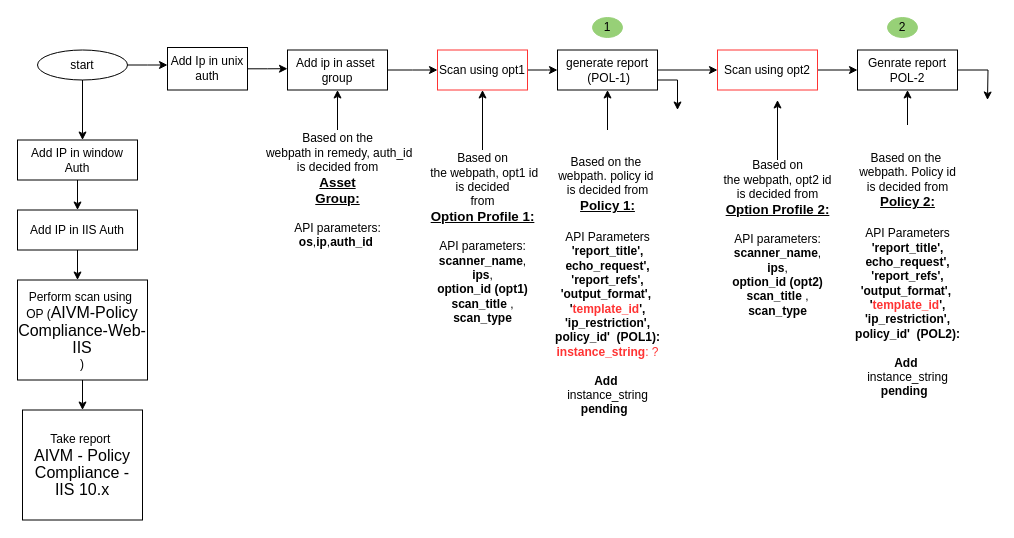
abhiramsatti/testrepo keeps this draw.io diagram as page "Page-3" (3 of 3) of Untitled Diagram.drawio. Above is the earlier version. Source tidied: cells renumbered, new cells numbered last; positions are measured from the earlier drawing's top-left corner, leaving out a move shared by most shapes. Both pictures are drawn from the tidied source at 100%, with x=0, y=0 at pixel (17, 17).
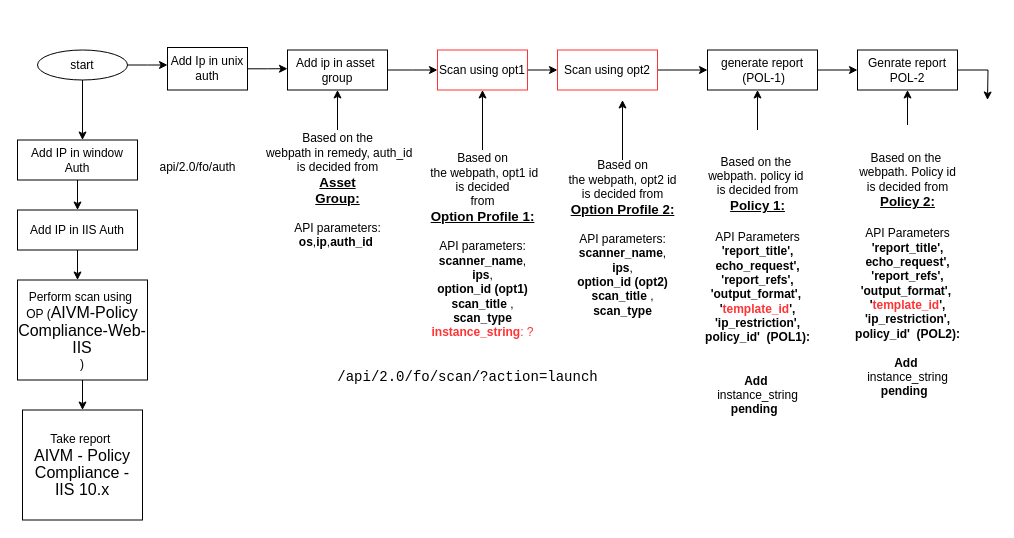
After the change.

The change refers to these unchanged cells:
```xml
<mxCell id="17" value="Genrate report &lt;br&gt;POL-2" style="whiteSpace=wrap;html=1;" parent="1" vertex="1">
  <mxGeometry x="840" y="32.5" width="100" height="40" as="geometry" />
</mxCell>
```

The edit, as a diff of the source:
```diff
@@
-    <mxCell id="11" style="edgeStyle=orthogonalEdgeStyle;rounded=0;jettySize=auto;html=1;exitX=1;exitY=0.5;exitDx=0;exitDy=0;entryX=0;entryY=0.5;entryDx=0;entryDy=0;" parent="1" edge="1" source="12" target="17">
-      <mxGeometry relative="1" as="geometry" />
-    </mxCell>
+    <mxCell id="37" style="edgeStyle=orthogonalEdgeStyle;rounded=0;jettySize=auto;html=1;exitX=1;exitY=0.5;exitDx=0;exitDy=0;entryX=0;entryY=0.5;entryDx=0;entryDy=0;" parent="1" edge="1" source="12" target="15">
+      <mxGeometry relative="1" as="geometry" />
+    </mxCell>
     <mxCell id="12" value="Scan using opt2" style="whiteSpace=wrap;html=1;strokeColor=#FF3333;" parent="1" vertex="1">
-      <mxGeometry x="700" y="32.5" width="100" height="40" as="geometry" />
+      <mxGeometry x="540" y="32.5" width="100" height="40" as="geometry" />
     </mxCell>
-    <mxCell id="13" style="edgeStyle=orthogonalEdgeStyle;rounded=0;jettySize=auto;html=1;exitX=1;exitY=0.5;exitDx=0;exitDy=0;entryX=0;entryY=0.5;entryDx=0;entryDy=0;" parent="1" edge="1" source="15" target="12">
-      <mxGeometry relative="1" as="geometry" />
-    </mxCell>
-    <mxCell id="14" style="edgeStyle=orthogonalEdgeStyle;rounded=0;jettySize=auto;html=1;exitX=1;exitY=0.75;exitDx=0;exitDy=0;" parent="1" edge="1" source="15">
-      <mxGeometry relative="1" as="geometry">
-        <mxPoint x="660" y="92.5" as="targetPoint" />
-      </mxGeometry>
-    </mxCell>
+    <mxCell id="38" style="edgeStyle=orthogonalEdgeStyle;rounded=0;jettySize=auto;html=1;entryX=0;entryY=0.5;entryDx=0;entryDy=0;" parent="1" edge="1" source="15" target="17">
+      <mxGeometry relative="1" as="geometry" />
+    </mxCell>
     <mxCell id="15" value="generate report&lt;br&gt;&amp;nbsp;(POL-1)" style="whiteSpace=wrap;html=1;" parent="1" vertex="1">
-      <mxGeometry x="540" y="32.5" width="100" height="40" as="geometry" />
+      <mxGeometry x="690" y="32.5" width="110" height="40" as="geometry" />
     </mxCell>
@@
-    <mxCell id="28" value="Based on&lt;br&gt;&amp;nbsp;the webpath, opt1 id&lt;br&gt;&amp;nbsp;is decided&amp;nbsp;&lt;br&gt;from&lt;br&gt;&lt;b&gt;&lt;u&gt;&lt;span style=&quot;font-size: 10pt ; font-family: &amp;#34;arial&amp;#34; , sans-serif&quot;&gt;Option Profile 1:&lt;br&gt;&lt;/span&gt;&lt;/u&gt;&lt;/b&gt;&lt;br&gt;API parameters:&lt;br&gt;&lt;b&gt;scanner_name&lt;/b&gt;,&lt;br&gt;&lt;b&gt;ips&lt;/b&gt;,&lt;br&gt;&lt;b&gt;option_id (opt1)&lt;/b&gt;&lt;br&gt;&lt;b&gt;scan_title&amp;nbsp;&lt;/b&gt;,&lt;br&gt;&lt;b&gt;scan_type&lt;br&gt;&lt;br&gt;&lt;/b&gt;" style="text;html=1;align=center;verticalAlign=middle;points=[];" parent="1" vertex="1">
+    <mxCell id="28" value="Based on&lt;br&gt;&amp;nbsp;the webpath, opt1 id&lt;br&gt;&amp;nbsp;is decided&amp;nbsp;&lt;br&gt;from&lt;br&gt;&lt;b&gt;&lt;u&gt;&lt;span style=&quot;font-size: 10pt ; font-family: &amp;#34;arial&amp;#34; , sans-serif&quot;&gt;Option Profile 1:&lt;br&gt;&lt;/span&gt;&lt;/u&gt;&lt;/b&gt;&lt;br&gt;API parameters:&lt;br&gt;&lt;b&gt;scanner_name&lt;/b&gt;,&lt;br&gt;&lt;b&gt;ips&lt;/b&gt;,&lt;br&gt;&lt;b&gt;option_id (opt1)&lt;/b&gt;&lt;br&gt;&lt;b&gt;scan_title&amp;nbsp;&lt;/b&gt;,&lt;br&gt;&lt;b&gt;scan_type&lt;br&gt;&lt;/b&gt;&lt;b style=&quot;color: rgb(255 , 51 , 51)&quot;&gt;instance_string&lt;/b&gt;&lt;span style=&quot;color: rgb(255 , 51 , 51)&quot;&gt;: ?&lt;/span&gt;&lt;b&gt;&lt;br&gt;&lt;/b&gt;" style="text;html=1;align=center;verticalAlign=middle;points=[];" parent="1" vertex="1">
       <mxGeometry x="400" y="132.5" width="130" height="190" as="geometry" />
     </mxCell>
     <mxCell id="29" style="edgeStyle=orthogonalEdgeStyle;rounded=0;jettySize=auto;html=1;" parent="1" edge="1" source="30" target="15">
       <mxGeometry relative="1" as="geometry">
         <Array as="points">
-          <mxPoint x="590" y="92.5" />
-          <mxPoint x="590" y="92.5" />
+          <mxPoint x="740" y="92.5" />
+          <mxPoint x="740" y="92.5" />
         </Array>
       </mxGeometry>
     </mxCell>
-    <mxCell id="30" value="&lt;div&gt;&lt;b&gt;&lt;br&gt;&lt;/b&gt;&lt;/div&gt;&lt;div&gt;&lt;b&gt;&lt;br&gt;&lt;/b&gt;&lt;/div&gt;&lt;div&gt;Based on the&amp;nbsp;&lt;/div&gt;&lt;div&gt;webpath. policy id&amp;nbsp;&lt;/div&gt;&lt;div&gt;is decided from&lt;/div&gt;&lt;div&gt;&lt;b&gt;&lt;u&gt;&lt;span style=&quot;font-size: 10pt ; font-family: &amp;#34;arial&amp;#34; , sans-serif&quot;&gt;Policy 1:&lt;/span&gt;&lt;/u&gt;&lt;/b&gt;&lt;br&gt;&lt;/div&gt;&lt;div&gt;&lt;b&gt;&lt;u&gt;&lt;span style=&quot;font-size: 10pt ; font-family: &amp;#34;arial&amp;#34; , sans-serif&quot;&gt;&lt;br&gt;&lt;/span&gt;&lt;/u&gt;&lt;/b&gt;&lt;/div&gt;&lt;div&gt;API Parameters&lt;/div&gt;&lt;div&gt;&lt;b&gt;'report_title',&lt;/b&gt;&lt;/div&gt;&lt;div&gt;&lt;span&gt;&lt;b&gt;echo_request',&lt;/b&gt;&lt;/span&gt;&lt;/div&gt;&lt;div&gt;&lt;span&gt;&lt;b&gt;'report_refs',&lt;/b&gt;&lt;/span&gt;&lt;/div&gt;&lt;div&gt;&lt;span&gt;&lt;b&gt;'output_format',&amp;nbsp;&lt;/b&gt;&lt;/span&gt;&lt;/div&gt;&lt;div&gt;&lt;b&gt;'&lt;font color=&quot;#ff3333&quot;&gt;template_id&lt;/font&gt;',&lt;/b&gt;&lt;/div&gt;&lt;div&gt;&lt;b&gt;&lt;span&gt;'ip_restriction&lt;/span&gt;&lt;span&gt;',&lt;/span&gt;&lt;/b&gt;&lt;/div&gt;&lt;div&gt;&lt;span&gt;&lt;b&gt;policy_id'&amp;nbsp; (POL1)&lt;/b&gt;&lt;/span&gt;&lt;b&gt;:&lt;/b&gt;&lt;/div&gt;&lt;div&gt;&lt;font color=&quot;#ff3333&quot;&gt;&lt;b&gt;instance_string&lt;/b&gt;: ?&lt;/font&gt;&lt;b&gt;&lt;br&gt;&lt;/b&gt;&lt;/div&gt;&lt;div&gt;&lt;b&gt;&lt;br&gt;&lt;/b&gt;&lt;/div&gt;&lt;div&gt;&lt;b&gt;Add&amp;nbsp;&lt;/b&gt;&lt;/div&gt;instance_string&lt;br&gt;&lt;div&gt;&lt;b&gt;pending&amp;nbsp;&lt;/b&gt;&lt;b&gt;&amp;nbsp;&lt;/b&gt;&lt;/div&gt;&lt;div&gt;&lt;p class=&quot;MsoNormal&quot;&gt;&lt;br&gt;&lt;/p&gt;&lt;/div&gt;" style="text;html=1;align=center;verticalAlign=middle;points=[];" parent="1" vertex="1">
-      <mxGeometry x="530" y="112.5" width="120" height="320" as="geometry" />
+    <mxCell id="30" value="&lt;div&gt;&lt;b&gt;&lt;br&gt;&lt;/b&gt;&lt;/div&gt;&lt;div&gt;&lt;b&gt;&lt;br&gt;&lt;/b&gt;&lt;/div&gt;&lt;div&gt;Based on the&amp;nbsp;&lt;/div&gt;&lt;div&gt;webpath. policy id&amp;nbsp;&lt;/div&gt;&lt;div&gt;is decided from&lt;/div&gt;&lt;div&gt;&lt;b&gt;&lt;u&gt;&lt;span style=&quot;font-size: 10pt ; font-family: &amp;#34;arial&amp;#34; , sans-serif&quot;&gt;Policy 1:&lt;/span&gt;&lt;/u&gt;&lt;/b&gt;&lt;br&gt;&lt;/div&gt;&lt;div&gt;&lt;b&gt;&lt;u&gt;&lt;span style=&quot;font-size: 10pt ; font-family: &amp;#34;arial&amp;#34; , sans-serif&quot;&gt;&lt;br&gt;&lt;/span&gt;&lt;/u&gt;&lt;/b&gt;&lt;/div&gt;&lt;div&gt;API Parameters&lt;/div&gt;&lt;div&gt;&lt;b&gt;'report_title',&lt;/b&gt;&lt;/div&gt;&lt;div&gt;&lt;span&gt;&lt;b&gt;echo_request',&lt;/b&gt;&lt;/span&gt;&lt;/div&gt;&lt;div&gt;&lt;span&gt;&lt;b&gt;'report_refs',&lt;/b&gt;&lt;/span&gt;&lt;/div&gt;&lt;div&gt;&lt;span&gt;&lt;b&gt;'output_format',&amp;nbsp;&lt;/b&gt;&lt;/span&gt;&lt;/div&gt;&lt;div&gt;&lt;b&gt;'&lt;font color=&quot;#ff3333&quot;&gt;template_id&lt;/font&gt;',&lt;/b&gt;&lt;/div&gt;&lt;div&gt;&lt;b&gt;&lt;span&gt;'ip_restriction&lt;/span&gt;&lt;span&gt;',&lt;/span&gt;&lt;/b&gt;&lt;/div&gt;&lt;div&gt;&lt;span&gt;&lt;b&gt;policy_id'&amp;nbsp; (POL1)&lt;/b&gt;&lt;/span&gt;&lt;b&gt;:&lt;/b&gt;&lt;/div&gt;&lt;div&gt;&lt;b&gt;&lt;br&gt;&lt;/b&gt;&lt;/div&gt;&lt;div&gt;&lt;b&gt;&lt;br&gt;&lt;/b&gt;&lt;/div&gt;&lt;div&gt;&lt;b&gt;Add&amp;nbsp;&lt;/b&gt;&lt;/div&gt;instance_string&lt;br&gt;&lt;div&gt;&lt;b&gt;pending&amp;nbsp;&lt;/b&gt;&lt;b&gt;&amp;nbsp;&lt;/b&gt;&lt;/div&gt;&lt;div&gt;&lt;p class=&quot;MsoNormal&quot;&gt;&lt;br&gt;&lt;/p&gt;&lt;/div&gt;" style="text;html=1;align=center;verticalAlign=middle;points=[];" parent="1" vertex="1">
+      <mxGeometry x="680" y="112.5" width="120" height="320" as="geometry" />
     </mxCell>
     <mxCell id="31" style="edgeStyle=orthogonalEdgeStyle;rounded=0;jettySize=auto;html=1;" parent="1" edge="1" source="32">
       <mxGeometry relative="1" as="geometry">
-        <mxPoint x="760" y="82.5" as="targetPoint" />
+        <mxPoint x="605" y="82.5" as="targetPoint" />
         <Array as="points">
-          <mxPoint x="760" y="82.5" />
-          <mxPoint x="760" y="82.5" />
+          <mxPoint x="605" y="82.5" />
+          <mxPoint x="605" y="82.5" />
         </Array>
       </mxGeometry>
     </mxCell>
     <mxCell id="32" value="Based on&lt;br&gt;&amp;nbsp;the webpath, opt2 id&amp;nbsp;&lt;br&gt;is decided from&lt;br&gt;&lt;b&gt;&lt;u&gt;&lt;span style=&quot;font-size: 10pt ; font-family: &amp;#34;arial&amp;#34; , sans-serif&quot;&gt;Option Profile 2:&lt;br&gt;&lt;/span&gt;&lt;/u&gt;&lt;/b&gt;&lt;br&gt;API parameters:&lt;br&gt;&lt;b&gt;scanner_name&lt;/b&gt;,&lt;br&gt;&lt;b&gt;ips&lt;/b&gt;,&lt;br&gt;&lt;b&gt;option_id (opt2)&lt;/b&gt;&lt;br&gt;&lt;b&gt;scan_title&amp;nbsp;&lt;/b&gt;,&lt;br&gt;&lt;b&gt;scan_type&lt;br&gt;&lt;br&gt;&lt;/b&gt;" style="text;html=1;align=center;verticalAlign=middle;points=[];" parent="1" vertex="1">
-      <mxGeometry x="695" y="142.5" width="130" height="170" as="geometry" />
+      <mxGeometry x="540" y="142.5" width="130" height="170" as="geometry" />
     </mxCell>
@@
-    <mxCell id="35" value="1" style="ellipse;whiteSpace=wrap;html=1;strokeColor=#97D077;fillColor=#97D077;" parent="1" vertex="1">
-      <mxGeometry x="575" width="30" height="20" as="geometry" />
-    </mxCell>
-    <mxCell id="36" value="2" style="ellipse;whiteSpace=wrap;html=1;strokeColor=#97D077;fillColor=#97D077;" parent="1" vertex="1">
-      <mxGeometry x="870" width="30" height="20" as="geometry" />
-    </mxCell>
+    <mxCell id="39" value="api/2.0/fo/auth" style="text;html=1;align=center;verticalAlign=middle;" parent="1" vertex="1">
+      <mxGeometry x="135" y="140" width="90" height="20" as="geometry" />
+    </mxCell>
+    <mxCell id="40" value="&lt;div style=&quot;font-family: &amp;#34;consolas&amp;#34; , &amp;#34;courier new&amp;#34; , monospace ; font-size: 14px ; line-height: 19px&quot;&gt;&lt;span style=&quot;background-color: rgb(255 , 255 , 255)&quot;&gt;/api/2.0/fo/scan/?action=launch&lt;/span&gt;&lt;br&gt;&lt;/div&gt;" style="text;html=1;align=center;verticalAlign=middle;" parent="1" vertex="1">
+      <mxGeometry x="325" y="350" width="250" height="20" as="geometry" />
+    </mxCell>
```
